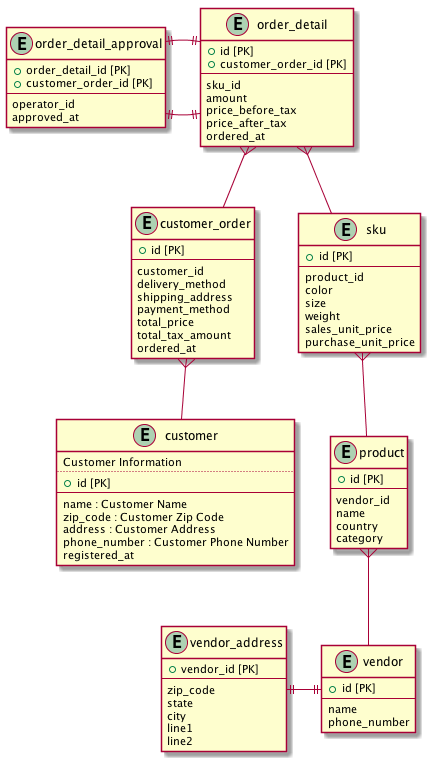
Earlier version of the PlantUML export example/example_gen.png (achiku/planter).
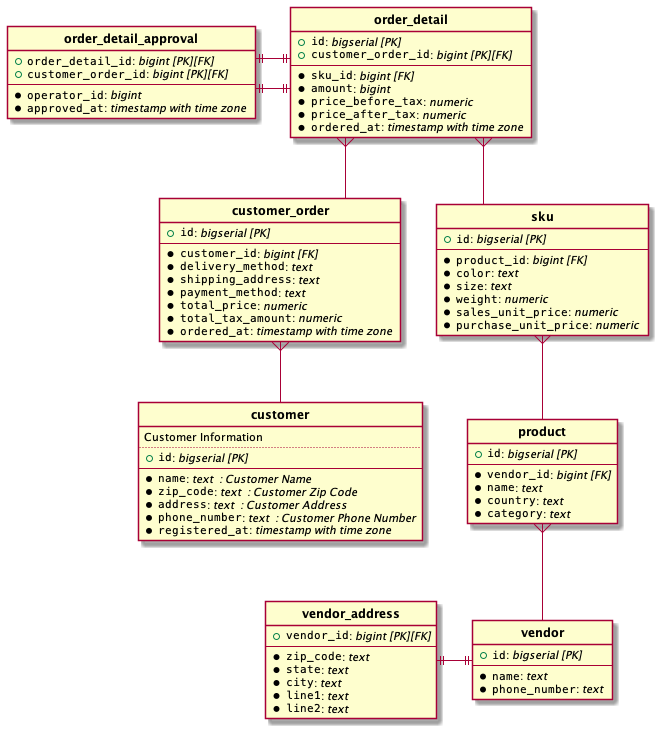
Above is the later version.

Commit message:
Update example output and made test script more portable

Change to the diagram source:
```diff
@@ -1,98 +1,100 @@
 @startuml
+hide circle
+skinparam linetype ortho
 
-entity "customer" {
+entity "**customer**" {
   Customer Information
   ..
-  + id [PK]
+  + ""id"": //bigserial [PK]//
   --
-  name : Customer Name
-  zip_code : Customer Zip Code
-  address : Customer Address
-  phone_number : Customer Phone Number
-  registered_at
+  *""name"": //text  : Customer Name//
+  *""zip_code"": //text  : Customer Zip Code//
+  *""address"": //text  : Customer Address//
+  *""phone_number"": //text  : Customer Phone Number//
+  *""registered_at"": //timestamp with time zone //
 }
 
-entity "customer_order" {
-  + id [PK]
+entity "**customer_order**" {
+  + ""id"": //bigserial [PK]//
   --
-  customer_id
-  delivery_method
-  shipping_address
-  payment_method
-  total_price
-  total_tax_amount
-  ordered_at
+  *""customer_id"": //bigint [FK]//
+  *""delivery_method"": //text //
+  *""shipping_address"": //text //
+  *""payment_method"": //text //
+  *""total_price"": //numeric //
+  *""total_tax_amount"": //numeric //
+  *""ordered_at"": //timestamp with time zone //
 }
 
-entity "order_detail" {
-  + id [PK]
-  + customer_order_id [PK]
+entity "**order_detail**" {
+  + ""id"": //bigserial [PK]//
+  + ""customer_order_id"": //bigint [PK][FK]//
   --
-  sku_id
-  amount
-  price_before_tax
-  price_after_tax
-  ordered_at
+  *""sku_id"": //bigint [FK]//
+  *""amount"": //bigint //
+  *""price_before_tax"": //numeric //
+  *""price_after_tax"": //numeric //
+  *""ordered_at"": //timestamp with time zone //
 }
 
-entity "order_detail_approval" {
-  + order_detail_id [PK]
-  + customer_order_id [PK]
+entity "**order_detail_approval**" {
+  + ""order_detail_id"": //bigint [PK][FK]//
+  + ""customer_order_id"": //bigint [PK][FK]//
   --
-  operator_id
-  approved_at
+  *""operator_id"": //bigint //
+  *""approved_at"": //timestamp with time zone //
 }
 
-entity "product" {
-  + id [PK]
+entity "**product**" {
+  + ""id"": //bigserial [PK]//
   --
-  vendor_id
-  name
-  country
-  category
+  *""vendor_id"": //bigint [FK]//
+  *""name"": //text //
+  *""country"": //text //
+  *""category"": //text //
 }
 
-entity "sku" {
-  + id [PK]
+entity "**sku**" {
+  + ""id"": //bigserial [PK]//
   --
-  product_id
-  color
-  size
-  weight
-  sales_unit_price
-  purchase_unit_price
+  *""product_id"": //bigint [FK]//
+  *""color"": //text //
+  *""size"": //text //
+  *""weight"": //numeric //
+  *""sales_unit_price"": //numeric //
+  *""purchase_unit_price"": //numeric //
 }
 
-entity "vendor" {
-  + id [PK]
+entity "**vendor**" {
+  + ""id"": //bigserial [PK]//
   --
-  name
-  phone_number
+  *""name"": //text //
+  *""phone_number"": //text //
 }
 
-entity "vendor_address" {
-  + vendor_id [PK]
+entity "**vendor_address**" {
+  + ""vendor_id"": //bigint [PK][FK]//
   --
-  zip_code
-  state
-  city
-  line1
-  line2
+  *""zip_code"": //text //
+  *""state"": //text //
+  *""city"": //text //
+  *""line1"": //text //
+  *""line2"": //text //
 }
 
- customer_order }-- customer
+"**customer_order**"   }--  "**customer**"
 
- order_detail }-- customer_order
+"**order_detail**"   }--  "**customer_order**"
 
- order_detail }-- sku
+"**order_detail**"   }--  "**sku**"
 
- order_detail_approval ||-|| order_detail
+"**order_detail_approval**"  ||-||  "**order_detail**"
 
- order_detail_approval ||-|| order_detail
+"**order_detail_approval**"  ||-||  "**order_detail**"
 
- product }-- vendor
+"**product**"   }--  "**vendor**"
 
- sku }-- product
+"**sku**"   }--  "**product**"
 
- vendor_address ||-|| vendor
+"**vendor_address**"  ||-||  "**vendor**"
 @enduml
```
